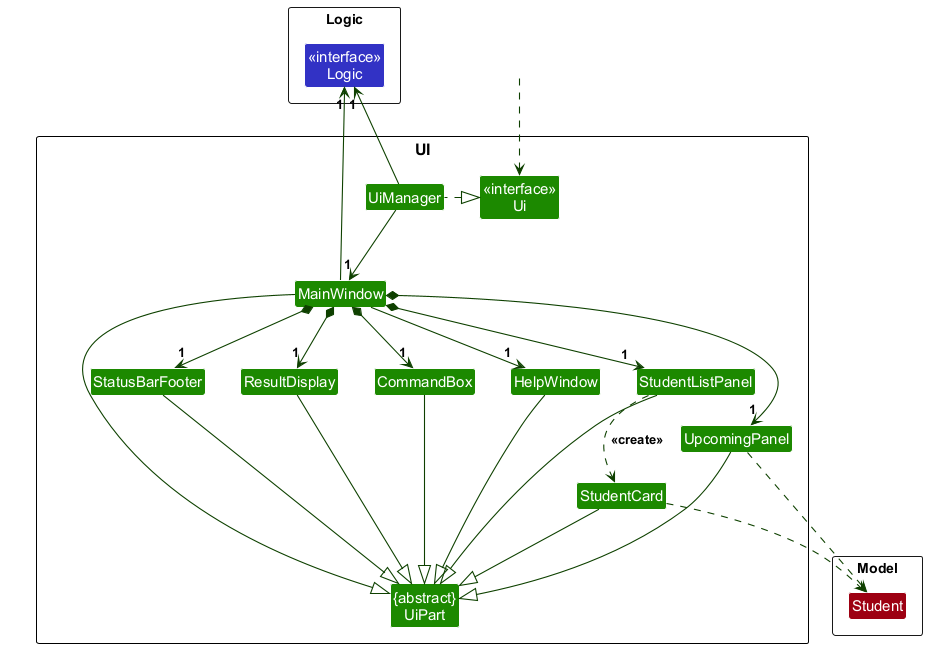
Above: docs/images/UiClassDiagram.png in AY2627S1-CS2103-F12-1/tp (PlantUML), before the change.
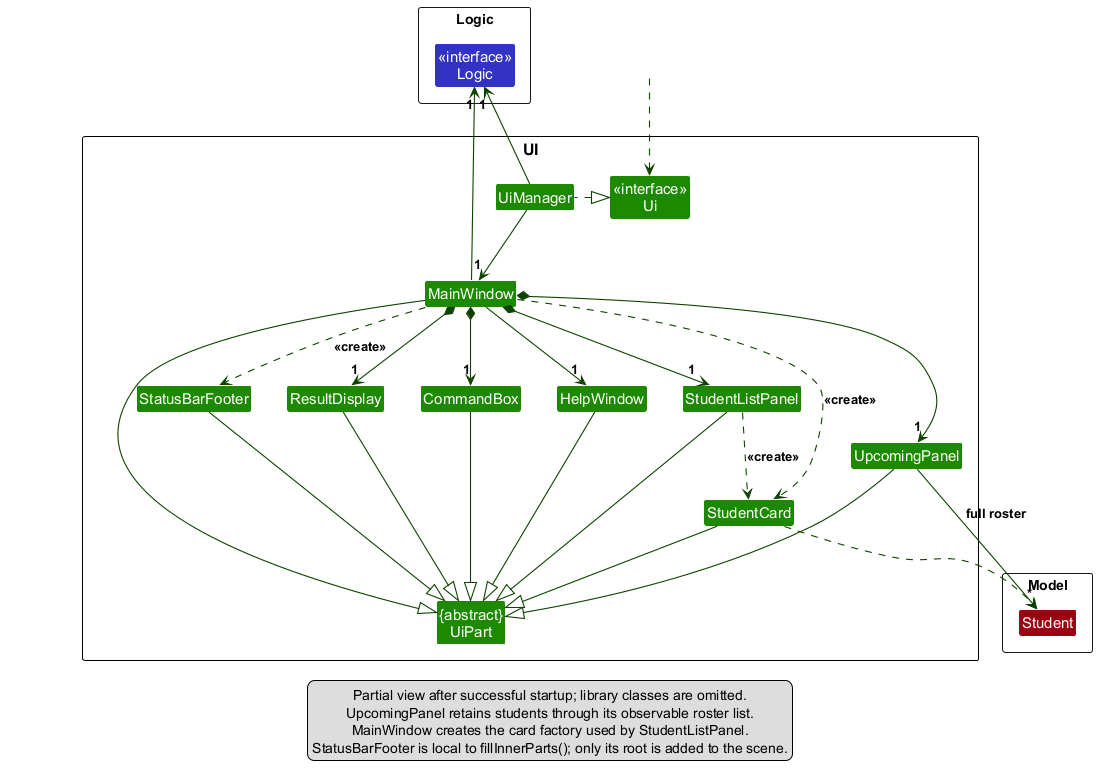
The same diagram one commit later.

Change to the diagram source:
```diff
@@ -35,10 +35,11 @@
 MainWindow *-down-> "1" ResultDisplay
 MainWindow *-down-> "1" StudentListPanel
 MainWindow *-down-> "1" UpcomingPanel
-MainWindow *-down-> "1" StatusBarFooter
+MainWindow .down.> StatusBarFooter : <<create>>
 MainWindow --> "1" HelpWindow
 
 StudentListPanel .down.> StudentCard : <<create>>
+MainWindow ..> StudentCard : <<create>>
 
 MainWindow -left-|> UiPart
 
@@ -51,7 +52,7 @@
 HelpWindow --|> UiPart
 
 StudentCard .down.> Student
-UpcomingPanel .down.> Student
+UpcomingPanel -down-> "*" Student : full roster
 UiManager -up-> "1" Logic
 MainWindow -up-> "1" Logic
 
@@ -61,4 +62,11 @@
 ResultDisplay -[hidden]left- StatusBarFooter
 
 MainWindow -[hidden]-|> UiPart
+
+legend bottom
+  Partial view after successful startup; library classes are omitted.
+  UpcomingPanel retains students through its observable roster list.
+  MainWindow creates the card factory used by StudentListPanel.
+  StatusBarFooter is local to fillInnerParts(); only its root is added to the scene.
+endlegend
 @enduml
```
